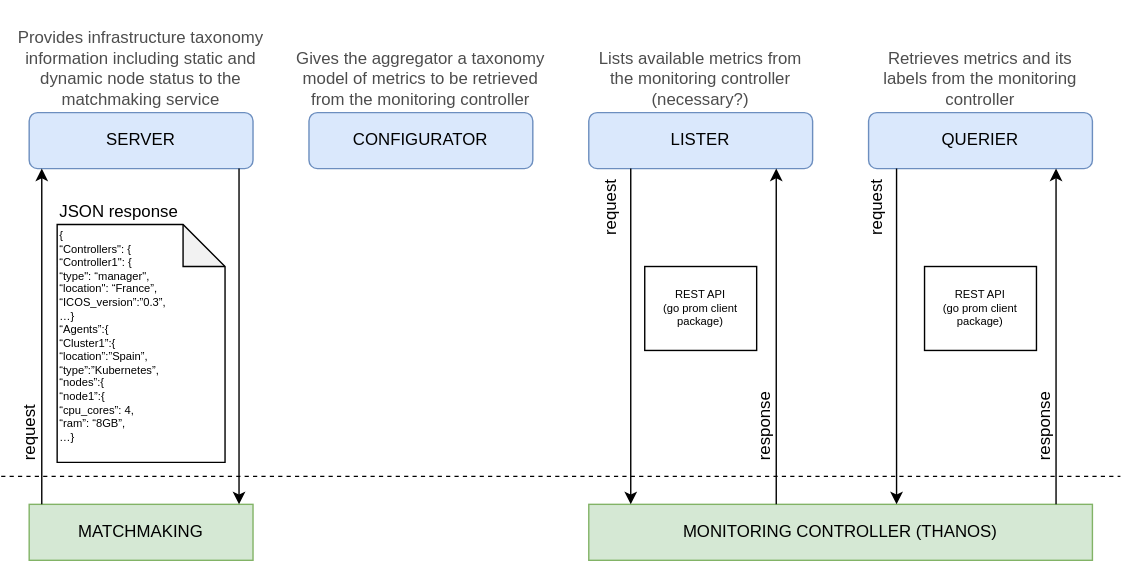
Before: docs/assets/architecture.drawio.svg, a diagram exported from draw.io (icos-project/Aggregator). Source tidied: cells renumbered, new cells last; positions are measured from the earlier drawing's top-left corner, leaving out a move shared by most shapes. Its diagram source:
```xml
<mxGraphModel>
  <root>
    <mxCell id="0" />
    <mxCell id="1" parent="0" />
    <mxCell id="2" value="SERVER" style="rounded=1;whiteSpace=wrap;html=1;fillColor=#dae8fc;strokeColor=#6c8ebf;" parent="1" vertex="1">
      <mxGeometry x="25" y="80" width="160" height="40" as="geometry" />
    </mxCell>
    <mxCell id="3" value="CONFIGURATOR" style="rounded=1;whiteSpace=wrap;html=1;fillColor=#dae8fc;strokeColor=#6c8ebf;" parent="1" vertex="1">
      <mxGeometry x="225" y="80" width="160" height="40" as="geometry" />
    </mxCell>
    <mxCell id="4" value="LISTER" style="rounded=1;whiteSpace=wrap;html=1;fillColor=#dae8fc;strokeColor=#6c8ebf;" parent="1" vertex="1">
      <mxGeometry x="425" y="80" width="160" height="40" as="geometry" />
    </mxCell>
    <mxCell id="5" value="QUERIER" style="rounded=1;whiteSpace=wrap;html=1;fillColor=#dae8fc;strokeColor=#6c8ebf;" parent="1" vertex="1">
      <mxGeometry x="625" y="80" width="160" height="40" as="geometry" />
    </mxCell>
    <mxCell id="6" value="&lt;p style=&quot;margin-top: 0pt; margin-bottom: 0pt; margin-left: 0in; direction: ltr; unicode-bidi: embed; word-break: normal; font-size: 12px;&quot;&gt;&lt;span style=&quot;font-size: 12px;&quot;&gt;Provides infrastructure taxonomy information including static and&lt;br style=&quot;font-size: 12px;&quot;&gt;dynamic node status to the matchmaking service&lt;/span&gt;&lt;/p&gt;" style="text;html=1;align=center;verticalAlign=bottom;whiteSpace=wrap;rounded=0;fontColor=#4D4D4D;fontSize=12;" parent="1" vertex="1">
      <mxGeometry x="5" width="200" height="80" as="geometry" />
    </mxCell>
    <mxCell id="7" value="&lt;p style=&quot;margin-top: 0pt; margin-bottom: 0pt; margin-left: 0in; direction: ltr; unicode-bidi: embed; word-break: normal; font-size: 12px;&quot;&gt;&lt;span style=&quot;font-size: 12px;&quot;&gt;Gives the aggregator a taxonomy model of metrics to be retrieved&lt;br style=&quot;font-size: 12px;&quot;&gt;from the monitoring controller&lt;/span&gt;&lt;/p&gt;" style="text;html=1;align=center;verticalAlign=bottom;whiteSpace=wrap;rounded=0;fontColor=#4D4D4D;fontSize=12;" parent="1" vertex="1">
      <mxGeometry x="215" width="180" height="80" as="geometry" />
    </mxCell>
    <mxCell id="8" value="&lt;p style=&quot;margin-top: 0pt; margin-bottom: 0pt; margin-left: 0in; direction: ltr; unicode-bidi: embed; word-break: normal; font-size: 12px;&quot;&gt;&lt;span style=&quot;font-size: 12px;&quot;&gt;Lists available metrics from the monitoring controller&lt;/span&gt;&lt;/p&gt;&lt;p style=&quot;margin-top: 0pt; margin-bottom: 0pt; margin-left: 0in; direction: ltr; unicode-bidi: embed; word-break: normal; font-size: 12px;&quot;&gt;&lt;span style=&quot;font-size: 12px;&quot;&gt;(necessary?)&lt;/span&gt;&lt;/p&gt;" style="text;html=1;align=center;verticalAlign=bottom;whiteSpace=wrap;rounded=0;fontColor=#4D4D4D;fontSize=12;" parent="1" vertex="1">
      <mxGeometry x="425" width="160" height="80" as="geometry" />
    </mxCell>
    <mxCell id="9" value="&lt;p style=&quot;margin-top: 0pt; margin-bottom: 0pt; margin-left: 0in; direction: ltr; unicode-bidi: embed; word-break: normal; font-size: 12px;&quot;&gt;&lt;span style=&quot;font-size: 12px;&quot;&gt;Retrieves metrics and its labels from the monitoring controller&lt;/span&gt;&lt;/p&gt;" style="text;html=1;align=center;verticalAlign=bottom;whiteSpace=wrap;rounded=0;fontColor=#4D4D4D;fontSize=12;" parent="1" vertex="1">
      <mxGeometry x="625" width="160" height="80" as="geometry" />
    </mxCell>
    <mxCell id="10" style="endArrow=none;dashed=1;html=1;" parent="1" edge="1">
      <mxGeometry relative="1" as="geometry">
        <mxPoint x="5" y="340" as="sourcePoint" />
        <mxPoint x="805" y="340" as="targetPoint" />
      </mxGeometry>
    </mxCell>
    <mxCell id="11" value="MATCHMAKING" style="rounded=0;whiteSpace=wrap;html=1;fillColor=#d5e8d4;strokeColor=#82b366;" parent="1" vertex="1">
      <mxGeometry x="25" y="360" width="160" height="40" as="geometry" />
    </mxCell>
    <mxCell id="12" value="MONITORING CONTROLLER (THANOS)" style="rounded=0;whiteSpace=wrap;html=1;fillColor=#d5e8d4;strokeColor=#82b366;" parent="1" vertex="1">
      <mxGeometry x="425" y="360" width="360" height="40" as="geometry" />
    </mxCell>
    <mxCell id="13" value="&#10;&#10;&#10;{ &#10;    “Controllers&quot;: {&#10;        “Controller1&quot;: {&#10;            “type&quot;: “manager&quot;,&#10;        “location&quot;: “France”,&#10;            “ICOS_version”:”0.3”,&#10;            …}&#10;    “Agents”:{&#10;        “Cluster1”:{&#10;            “location”:”Spain”,&#10;            “type”:”Kubernetes”,&#10;            “nodes”:{&#10;                “node1”:{&#10;                     “cpu_cores”: 4,&#10;                     “ram”: “8GB”,&#10;                     …}&#10;&#10;&#10;&#10;" style="shape=note;backgroundOutline=1;darkOpacity=0.05;fontSize=8;align=left;spacing=2;fontFamily=Helvetica;horizontal=1;verticalAlign=middle;whiteSpace=wrap;" parent="1" vertex="1">
      <mxGeometry x="45" y="160" width="120" height="170" as="geometry" />
    </mxCell>
    <mxCell id="14" value="JSON response" style="text;html=1;strokeColor=none;fillColor=none;align=left;verticalAlign=bottom;whiteSpace=wrap;rounded=0;" parent="1" vertex="1">
      <mxGeometry x="45" y="130" width="120" height="30" as="geometry" />
    </mxCell>
    <mxCell id="15" style="endArrow=classic;html=1;fontFamily=Helvetica;fontSize=8;exitX=0;exitY=0;exitDx=0;exitDy=0;entryX=0;entryY=1;entryDx=0;entryDy=0;" parent="1" edge="1">
      <mxGeometry relative="1" as="geometry">
        <mxPoint x="34" y="360" as="sourcePoint" />
        <mxPoint x="34" y="120" as="targetPoint" />
      </mxGeometry>
    </mxCell>
    <mxCell id="16" value="request" style="text;html=1;strokeColor=none;fillColor=none;align=left;verticalAlign=bottom;whiteSpace=wrap;rounded=0;rotation=-90;" parent="1" vertex="1">
      <mxGeometry y="296" width="50" height="20" as="geometry" />
    </mxCell>
    <mxCell id="17" style="endArrow=classic;html=1;fontFamily=Helvetica;fontSize=8;exitX=1;exitY=1;exitDx=0;exitDy=0;" parent="1" edge="1">
      <mxGeometry relative="1" as="geometry">
        <mxPoint x="175" y="120" as="sourcePoint" />
        <mxPoint x="175" y="360" as="targetPoint" />
      </mxGeometry>
    </mxCell>
    <mxCell id="18" style="endArrow=classic;html=1;fontFamily=Helvetica;fontSize=8;exitX=1;exitY=1;exitDx=0;exitDy=0;" parent="1" edge="1">
      <mxGeometry relative="1" as="geometry">
        <mxPoint x="455" y="120" as="sourcePoint" />
        <mxPoint x="455" y="360" as="targetPoint" />
      </mxGeometry>
    </mxCell>
    <mxCell id="19" value="request" style="text;html=1;strokeColor=none;fillColor=none;align=left;verticalAlign=bottom;whiteSpace=wrap;rounded=0;rotation=-90;" parent="1" vertex="1">
      <mxGeometry x="415" y="135" width="50" height="20" as="geometry" />
    </mxCell>
    <mxCell id="20" style="endArrow=classic;html=1;fontFamily=Helvetica;fontSize=8;exitX=1;exitY=1;exitDx=0;exitDy=0;" parent="1" edge="1">
      <mxGeometry relative="1" as="geometry">
        <mxPoint x="645" y="120" as="sourcePoint" />
        <mxPoint x="645" y="360" as="targetPoint" />
      </mxGeometry>
    </mxCell>
    <mxCell id="21" value="request" style="text;html=1;strokeColor=none;fillColor=none;align=left;verticalAlign=bottom;whiteSpace=wrap;rounded=0;rotation=-90;" parent="1" vertex="1">
      <mxGeometry x="605" y="135" width="50" height="20" as="geometry" />
    </mxCell>
    <mxCell id="22" style="endArrow=classic;html=1;fontFamily=Helvetica;fontSize=8;exitX=0;exitY=0;exitDx=0;exitDy=0;entryX=0;entryY=1;entryDx=0;entryDy=0;" parent="1" edge="1">
      <mxGeometry relative="1" as="geometry">
        <mxPoint x="559" y="360" as="sourcePoint" />
        <mxPoint x="559" y="120" as="targetPoint" />
      </mxGeometry>
    </mxCell>
    <mxCell id="23" value="response" style="text;html=1;strokeColor=none;fillColor=none;align=left;verticalAlign=bottom;whiteSpace=wrap;rounded=0;rotation=-90;" parent="1" vertex="1">
      <mxGeometry x="525" y="296" width="50" height="20" as="geometry" />
    </mxCell>
    <mxCell id="24" style="endArrow=classic;html=1;fontFamily=Helvetica;fontSize=8;exitX=0;exitY=0;exitDx=0;exitDy=0;entryX=0;entryY=1;entryDx=0;entryDy=0;" parent="1" edge="1">
      <mxGeometry relative="1" as="geometry">
        <mxPoint x="759" y="360" as="sourcePoint" />
        <mxPoint x="759" y="120" as="targetPoint" />
      </mxGeometry>
    </mxCell>
    <mxCell id="25" value="response" style="text;html=1;strokeColor=none;fillColor=none;align=left;verticalAlign=bottom;whiteSpace=wrap;rounded=0;rotation=-90;" parent="1" vertex="1">
      <mxGeometry x="725" y="296" width="50" height="20" as="geometry" />
    </mxCell>
    <mxCell id="26" value="REST API&#10;(go prom client package)" style="rounded=0;whiteSpace=wrap;fontFamily=Helvetica;fontSize=8;" parent="1" vertex="1">
      <mxGeometry x="465" y="190" width="80" height="60" as="geometry" />
    </mxCell>
    <mxCell id="27" value="REST API&#10;(go prom client package)" style="rounded=0;whiteSpace=wrap;fontFamily=Helvetica;fontSize=8;" parent="1" vertex="1">
      <mxGeometry x="665" y="190" width="80" height="60" as="geometry" />
    </mxCell>
  </root>
</mxGraphModel>
```
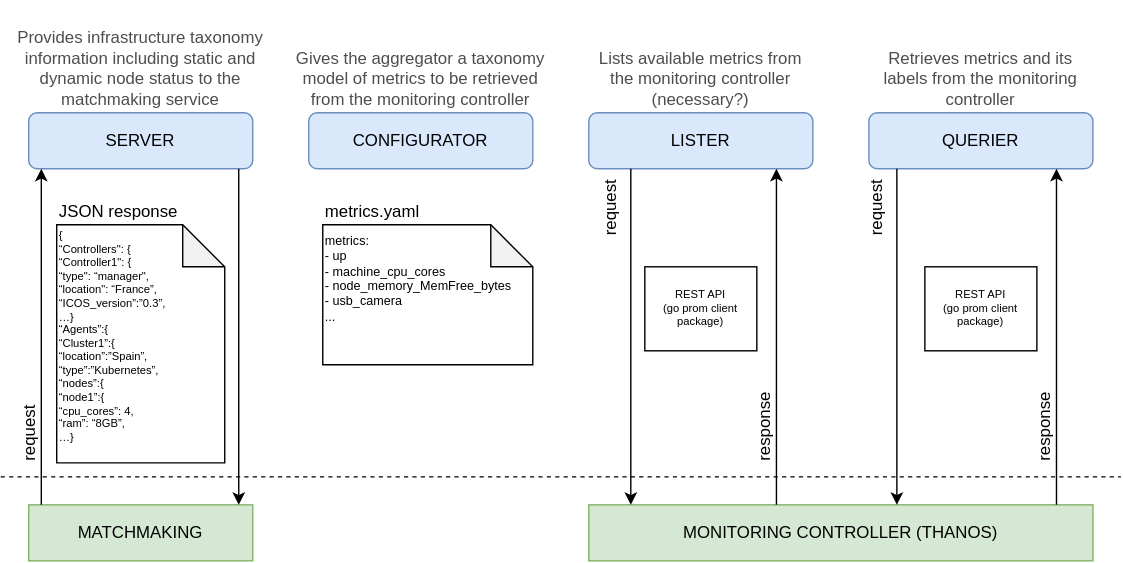
After the change.

Commit message:
Updated architecture diagram

Diff of the diagram source:
```diff
@@ -101,5 +101,11 @@
     <mxCell id="27" value="REST API&#10;(go prom client package)" style="rounded=0;whiteSpace=wrap;fontFamily=Helvetica;fontSize=8;" parent="1" vertex="1">
       <mxGeometry x="665" y="190" width="80" height="60" as="geometry" />
     </mxCell>
+    <mxCell id="28" value="&lt;font style=&quot;font-size: 9px;&quot;&gt;metrics:&lt;br&gt;&amp;nbsp; - up&lt;br&gt;&amp;nbsp; - machine_cpu_cores&lt;br&gt;&amp;nbsp; - node_memory_MemFree_bytes&lt;br style=&quot;border-color: var(--border-color);&quot;&gt;&amp;nbsp; - usb_camera&lt;br&gt;&amp;nbsp; ...&lt;/font&gt;" style="shape=note;backgroundOutline=1;darkOpacity=0.05;fontSize=8;align=left;spacing=2;fontFamily=Helvetica;horizontal=1;verticalAlign=top;whiteSpace=wrap;html=1;" parent="1" vertex="1">
+      <mxGeometry x="235" y="160" width="150" height="100" as="geometry" />
+    </mxCell>
+    <mxCell id="29" value="metrics.yaml" style="text;html=1;strokeColor=none;fillColor=none;align=left;verticalAlign=bottom;whiteSpace=wrap;rounded=0;" parent="1" vertex="1">
+      <mxGeometry x="235" y="130" width="120" height="30" as="geometry" />
+    </mxCell>
   </root>
 </mxGraphModel>
```
